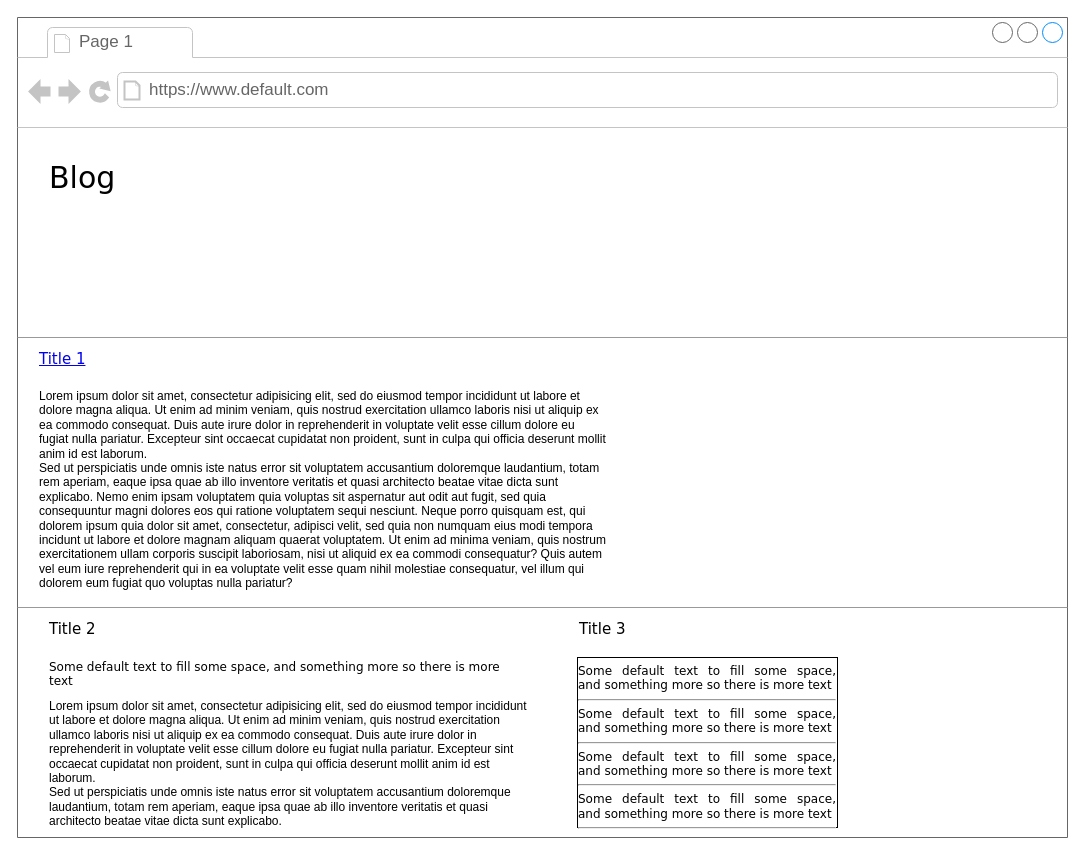
Earlier version of the draw.io diagram page "記事一覧" (1 of 2) of ワイヤーフレーム.drawio (sunbreak-pro/caregestudy). Source tidied: cells renumbered, new cells numbered last; positions are measured from the earlier drawing's top-left corner, leaving out a move shared by most shapes. Both pictures are drawn from the tidied source at 100%, with x=0, y=0 at pixel (17, 17).
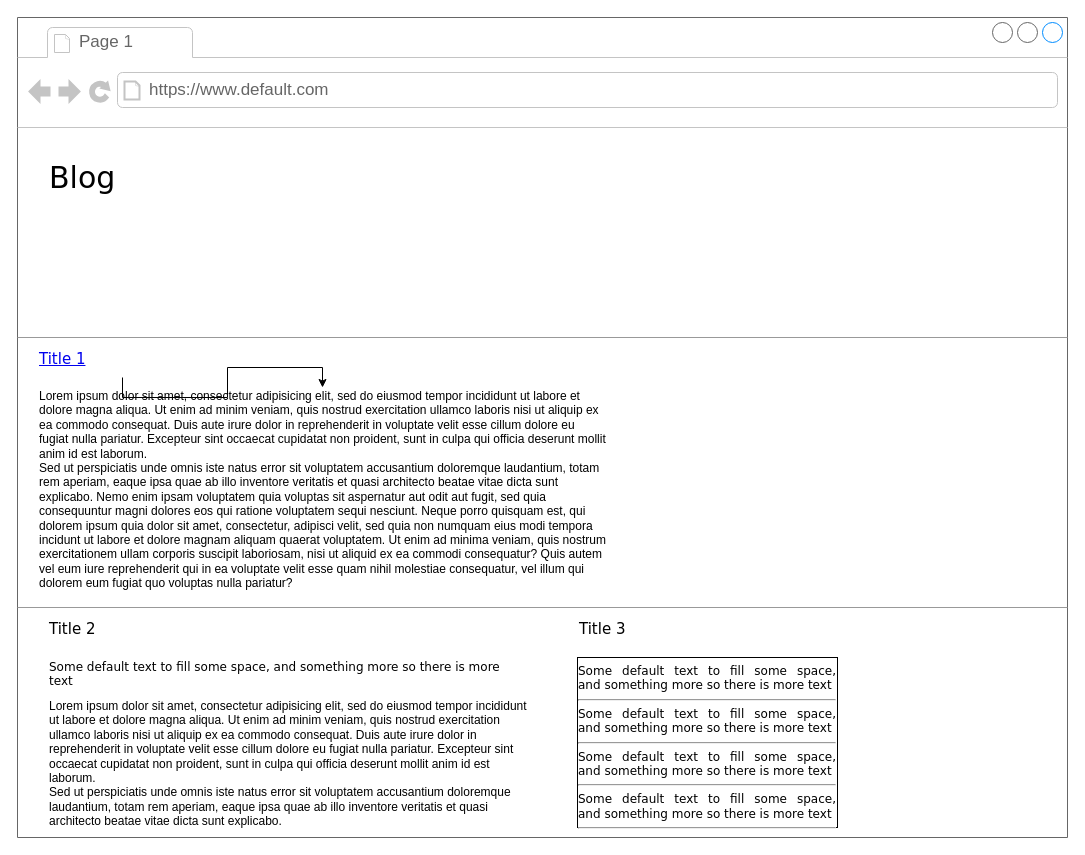
Above is the later version.

Commit message:
ワイヤーフレーム.drawio を更新します

What changed in the source:
```diff
@@
 <mxGraphModel>
   <root>
     <mxCell id="0" />
     <mxCell id="1" parent="0" />
     <mxCell id="2" style="strokeWidth=1;shadow=0;dashed=0;align=center;html=1;shape=mxgraph.mockup.containers.browserWindow;rSize=0;strokeColor=#666666;mainText=,;rounded=0;labelBackgroundColor=none;fontFamily=Verdana;fontSize=12;" parent="1" vertex="1">
       <mxGeometry width="1050" height="820" as="geometry" />
     </mxCell>
     <mxCell id="3" value="Page 1" style="strokeWidth=1;shadow=0;dashed=0;align=center;html=1;shape=mxgraph.mockup.containers.anchor;fontSize=17;fontColor=#666666;align=left;" parent="2" vertex="1">
       <mxGeometry x="60" y="12" width="110" height="26" as="geometry" />
     </mxCell>
     <mxCell id="4" value="https://www.default.com" style="strokeWidth=1;shadow=0;dashed=0;align=center;html=1;shape=mxgraph.mockup.containers.anchor;rSize=0;fontSize=17;fontColor=#666666;align=left;" parent="2" vertex="1">
       <mxGeometry x="130" y="60" width="250" height="26" as="geometry" />
     </mxCell>
     <mxCell id="5" value="Blog" style="text;html=1;align=left;verticalAlign=top;spacingTop=-4;fontSize=30;fontFamily=Verdana;" parent="2" vertex="1">
       <mxGeometry x="30" y="140" width="340" height="50" as="geometry" />
     </mxCell>
     <mxCell id="6" style="verticalLabelPosition=bottom;shadow=0;dashed=0;align=center;html=1;verticalAlign=top;strokeWidth=1;shape=mxgraph.mockup.markup.line;strokeColor=#999999;rounded=0;labelBackgroundColor=none;fillColor=#ffffff;fontFamily=Verdana;fontSize=12;fontColor=#000000;" parent="2" vertex="1">
       <mxGeometry y="310" width="1050" height="20" as="geometry" />
     </mxCell>
+    <mxCell id="15" style="edgeStyle=orthogonalEdgeStyle;rounded=0;jettySize=auto;html=1;" parent="2" edge="1" source="7" target="8">
+      <mxGeometry relative="1" as="geometry" />
+    </mxCell>
-    <mxCell id="7" value="&lt;a href=&quot;data:page/id,2cc2dc42-3aac-f2a9-1cec-7a8b7cbee084&quot;&gt;Title 1&lt;/a&gt;" style="text;html=1;points=[];align=left;verticalAlign=top;spacingTop=-4;fontSize=15;fontFamily=Verdana;" parent="2" vertex="1">
+    <mxCell id="7" value="&lt;a href=&quot;data:page/id,Cy8N1cQLzpiUFTsLZGsf&quot;&gt;Title 1&lt;/a&gt;" style="text;html=1;points=[];align=left;verticalAlign=top;spacingTop=-4;fontSize=15;fontFamily=Verdana;" parent="2" vertex="1">
       <mxGeometry x="20" y="330" width="170" height="30" as="geometry" />
     </mxCell>
     <mxCell id="8" value="Lorem ipsum dolor sit amet, consectetur adipisicing elit, sed do eiusmod tempor incididunt ut labore et dolore magna aliqua. Ut enim ad minim veniam, quis nostrud exercitation ullamco laboris nisi ut aliquip ex ea commodo consequat. Duis aute irure dolor in reprehenderit in voluptate velit esse cillum dolore eu fugiat nulla pariatur. Excepteur sint occaecat cupidatat non proident, sunt in culpa qui officia deserunt mollit anim id est laborum.&#10;Sed ut perspiciatis unde omnis iste natus error sit voluptatem accusantium doloremque laudantium, totam rem aperiam, eaque ipsa quae ab illo inventore veritatis et quasi architecto beatae vitae dicta sunt explicabo. Nemo enim ipsam voluptatem quia voluptas sit aspernatur aut odit aut fugit, sed quia consequuntur magni dolores eos qui ratione voluptatem sequi nesciunt. Neque porro quisquam est, qui dolorem ipsum quia dolor sit amet, consectetur, adipisci velit, sed quia non numquam eius modi tempora incidunt ut labore et dolore magnam aliquam quaerat voluptatem. Ut enim ad minima veniam, quis nostrum exercitationem ullam corporis suscipit laboriosam, nisi ut aliquid ex ea commodi consequatur? Quis autem vel eum iure reprehenderit qui in ea voluptate velit esse quam nihil molestiae consequatur, vel illum qui dolorem eum fugiat quo voluptas nulla pariatur?" style="text;spacingTop=-5;whiteSpace=wrap;html=1;align=left;fontSize=12;fontFamily=Helvetica;fillColor=none;strokeColor=none;rounded=0;shadow=1;labelBackgroundColor=none;" parent="2" vertex="1">
       <mxGeometry x="20" y="370" width="570" height="240" as="geometry" />
     </mxCell>
     <mxCell id="9" style="verticalLabelPosition=bottom;shadow=0;dashed=0;align=center;html=1;verticalAlign=top;strokeWidth=1;shape=mxgraph.mockup.markup.line;strokeColor=#999999;rounded=0;labelBackgroundColor=none;fillColor=#ffffff;fontFamily=Verdana;fontSize=12;fontColor=#000000;" parent="2" vertex="1">
       <mxGeometry y="580" width="1050" height="20" as="geometry" />
     </mxCell>
     <mxCell id="10" value="Title 2" style="text;html=1;align=left;verticalAlign=top;spacingTop=-4;fontSize=15;fontFamily=Verdana;" parent="2" vertex="1">
       <mxGeometry x="30" y="600" width="150" height="30" as="geometry" />
     </mxCell>
     <mxCell id="11" value="Title 3" style="text;html=1;align=left;verticalAlign=top;spacingTop=-4;fontSize=15;fontFamily=Verdana;" parent="2" vertex="1">
       <mxGeometry x="560" y="600" width="170" height="30" as="geometry" />
     </mxCell>
     <mxCell id="12" value="&lt;div style=&quot;text-align: justify&quot;&gt;&lt;span&gt;Some default text to fill some space, and&amp;nbsp;&lt;/span&gt;&lt;span&gt;something more so there is more text&lt;/span&gt;&lt;/div&gt;&lt;div style=&quot;text-align: justify&quot;&gt;&lt;hr id=&quot;null&quot; style=&quot;text-align: justify&quot;&gt;&lt;span&gt;&lt;div style=&quot;text-align: justify&quot;&gt;&lt;span&gt;Some default text to fill some space, and&amp;nbsp;&lt;/span&gt;&lt;span&gt;something more so there is more text&lt;/span&gt;&lt;/div&gt;&lt;/span&gt;&lt;/div&gt;&lt;hr id=&quot;null&quot; style=&quot;text-align: justify&quot;&gt;&lt;span&gt;&lt;div style=&quot;text-align: justify&quot;&gt;&lt;span&gt;Some default text to fill some space, and&amp;nbsp;&lt;/span&gt;&lt;span&gt;something more so there is more text&lt;/span&gt;&lt;/div&gt;&lt;/span&gt;&lt;hr id=&quot;null&quot; style=&quot;text-align: justify&quot;&gt;&lt;span&gt;&lt;div style=&quot;text-align: justify&quot;&gt;&lt;span&gt;Some default text to fill some space, and&amp;nbsp;&lt;/span&gt;&lt;span&gt;something more so there is more text&lt;/span&gt;&lt;/div&gt;&lt;/span&gt;&lt;hr id=&quot;null&quot; style=&quot;text-align: left&quot;&gt;" style="whiteSpace=wrap;html=1;rounded=0;shadow=0;labelBackgroundColor=none;strokeWidth=1;fontFamily=Verdana;fontSize=12;align=center;verticalAlign=top;" parent="2" vertex="1">
       <mxGeometry x="560" y="640" width="260" height="170" as="geometry" />
     </mxCell>
     <mxCell id="13" value="Some default text to fill some space, and&amp;nbsp;&lt;span&gt;something more so there is more text&lt;/span&gt;" style="text;html=1;align=left;verticalAlign=top;spacingTop=-4;fontSize=12;fontFamily=Verdana;whiteSpace=wrap;" parent="2" vertex="1">
       <mxGeometry x="30" y="640" width="470" height="40" as="geometry" />
     </mxCell>
     <mxCell id="14" value="Lorem ipsum dolor sit amet, consectetur adipisicing elit, sed do eiusmod tempor incididunt ut labore et dolore magna aliqua. Ut enim ad minim veniam, quis nostrud exercitation ullamco laboris nisi ut aliquip ex ea commodo consequat. Duis aute irure dolor in reprehenderit in voluptate velit esse cillum dolore eu fugiat nulla pariatur. Excepteur sint occaecat cupidatat non proident, sunt in culpa qui officia deserunt mollit anim id est laborum.&lt;br&gt;Sed ut perspiciatis unde omnis iste natus error sit voluptatem accusantium doloremque laudantium, totam rem aperiam, eaque ipsa quae ab illo inventore veritatis et quasi architecto beatae vitae dicta sunt explicabo.&amp;nbsp;" style="text;spacingTop=-5;whiteSpace=wrap;html=1;align=left;fontSize=12;fontFamily=Helvetica;fillColor=none;strokeColor=none;rounded=0;shadow=1;labelBackgroundColor=none;" parent="2" vertex="1">
       <mxGeometry x="30" y="680" width="490" height="125" as="geometry" />
     </mxCell>
   </root>
 </mxGraphModel>
```
